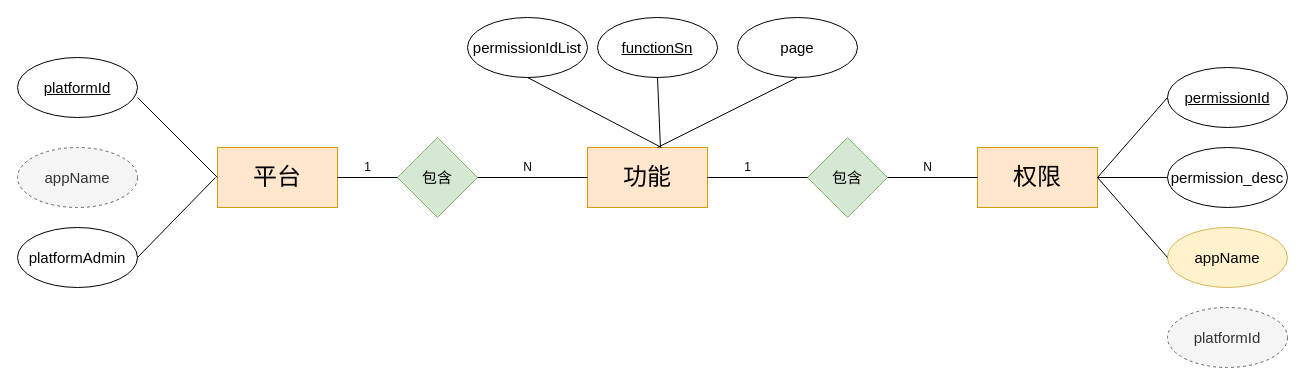
This is page "Page-2" (2 of 2) of Untitled Diagram.drawio from tigerchicken/2048, a draw.io file, before an edit. Source tidied: cells renumbered, new cells numbered last; positions are measured from the earlier drawing's top-left corner, leaving out a move shared by most shapes. Both pictures are drawn from the tidied source at 100%, with x=0, y=0 at pixel (17, 17).
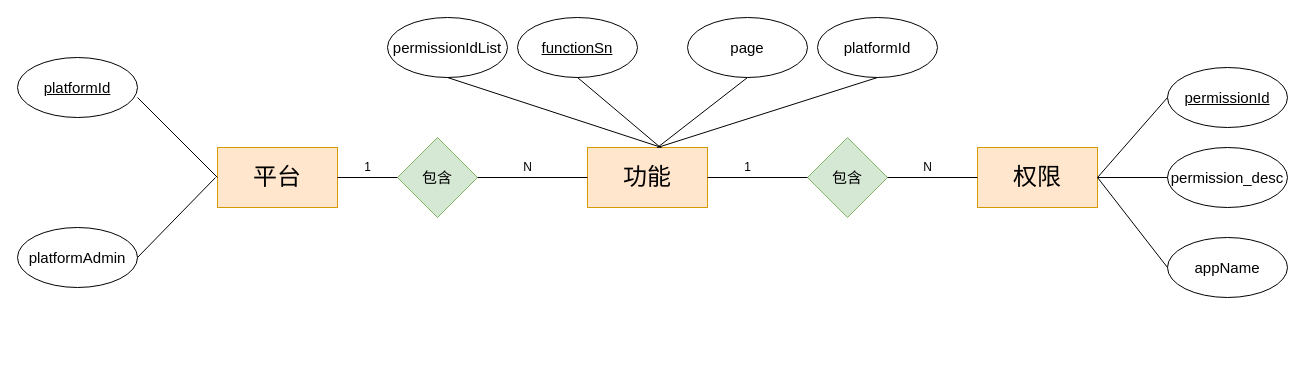
After the change.

The edit, as a diff of the source:
```diff
@@
-    <mxCell id="7" value="&lt;font style=&quot;font-size: 15px&quot;&gt;appName&lt;/font&gt;" style="ellipse;whiteSpace=wrap;html=1;fillColor=#fff2cc;strokeColor=#d6b656;" parent="1" vertex="1">
-      <mxGeometry x="1150" y="210" width="120" height="60" as="geometry" />
+    <mxCell id="7" value="&lt;font style=&quot;font-size: 15px&quot;&gt;appName&lt;/font&gt;" style="ellipse;whiteSpace=wrap;html=1;" parent="1" vertex="1">
+      <mxGeometry x="1150" y="220" width="120" height="60" as="geometry" />
     </mxCell>
@@
     <mxCell id="10" value="&lt;u&gt;&lt;font style=&quot;font-size: 15px&quot;&gt;functionSn&lt;/font&gt;&lt;/u&gt;" style="ellipse;whiteSpace=wrap;html=1;" parent="1" vertex="1">
-      <mxGeometry x="580" width="120" height="60" as="geometry" />
+      <mxGeometry x="500" width="120" height="60" as="geometry" />
     </mxCell>
     <mxCell id="11" value="&lt;font style=&quot;font-size: 15px&quot;&gt;permissionIdList&lt;/font&gt;" style="ellipse;whiteSpace=wrap;html=1;" parent="1" vertex="1">
-      <mxGeometry x="450" width="120" height="60" as="geometry" />
+      <mxGeometry x="370" width="120" height="60" as="geometry" />
     </mxCell>
@@
     <mxCell id="16" style="endArrow=none;html=1;" parent="1" edge="1">
       <mxGeometry relative="1" as="geometry">
         <mxPoint x="1080" y="160" as="sourcePoint" />
-        <mxPoint x="1150" y="240" as="targetPoint" />
+        <mxPoint x="1150" y="250" as="targetPoint" />
       </mxGeometry>
     </mxCell>
@@
     <mxCell id="28" value="&lt;font style=&quot;font-size: 15px&quot;&gt;page&lt;/font&gt;" style="ellipse;whiteSpace=wrap;html=1;" parent="1" vertex="1">
-      <mxGeometry x="720" width="120" height="60" as="geometry" />
+      <mxGeometry x="670" width="120" height="60" as="geometry" />
     </mxCell>
@@
-    <mxCell id="31" value="&lt;font style=&quot;font-size: 15px&quot;&gt;appName&lt;/font&gt;" style="ellipse;whiteSpace=wrap;html=1;fillColor=#f5f5f5;strokeColor=#666666;fontColor=#333333;dashed=1;" parent="1" vertex="1">
-      <mxGeometry y="130" width="120" height="60" as="geometry" />
-    </mxCell>
-    <mxCell id="32" value="&lt;font style=&quot;font-size: 15px&quot;&gt;platformId&lt;/font&gt;" style="ellipse;whiteSpace=wrap;html=1;dashed=1;fillColor=#f5f5f5;strokeColor=#666666;fontColor=#333333;" parent="1" vertex="1">
-      <mxGeometry x="1150" y="290" width="120" height="60" as="geometry" />
+    <mxCell id="32" value="&lt;font style=&quot;font-size: 15px&quot;&gt;platformId&lt;/font&gt;" style="ellipse;whiteSpace=wrap;html=1;" parent="1" vertex="1">
+      <mxGeometry x="800" width="120" height="60" as="geometry" />
     </mxCell>
+    <mxCell id="33" style="endArrow=none;html=1;entryX=0.5;entryY=1;entryDx=0;entryDy=0;" parent="1" edge="1" target="32">
+      <mxGeometry relative="1" as="geometry">
+        <mxPoint x="640" y="130" as="sourcePoint" />
+      </mxGeometry>
+    </mxCell>
```
